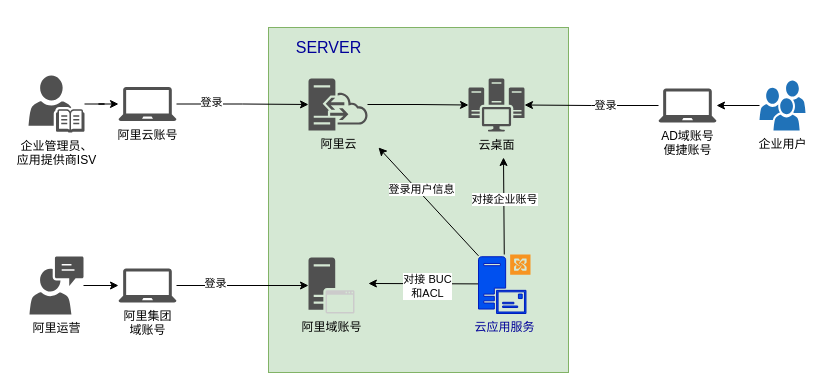
Before: login/appacounts.drawio in chenkangzeng/appstreaming, a draw.io diagram. Source tidied: cells renumbered, new cells numbered last; positions are measured from the earlier drawing's top-left corner, leaving out a move shared by most shapes. Both pictures are drawn from the tidied source at 100%, with x=0, y=0 at pixel (28, 27).
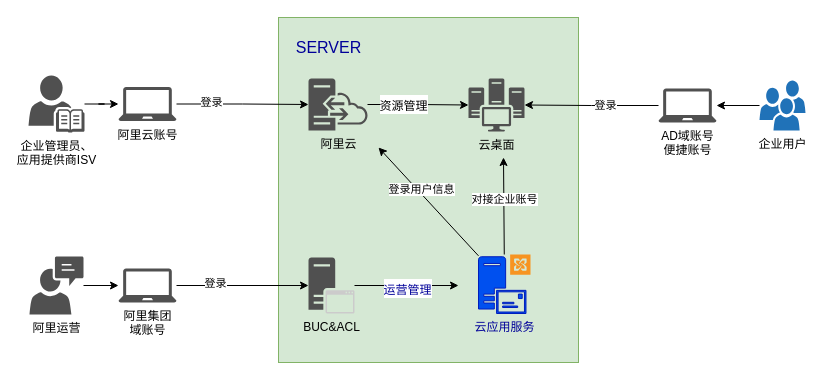
The same diagram, later.

The change refers to these unchanged cells:
```xml
<mxCell id="11" style="edgeStyle=orthogonalEdgeStyle;rounded=0;jettySize=auto;html=1;" parent="1" edge="1" source="12" target="27">
  <mxGeometry relative="1" as="geometry" />
</mxCell>
<mxCell id="19" value="云应用服务" style="shadow=0;dashed=0;html=1;strokeColor=#001DBC;fillColor=#0050ef;labelPosition=center;verticalLabelPosition=bottom;verticalAlign=top;outlineConnect=0;align=center;shape=mxgraph.office.servers.exchange_hub_transport_server_role;fontColor=#000099;" parent="1" vertex="1">
  <mxGeometry x="450" y="227" width="52" height="59" as="geometry" />
</mxCell>
```

Change to the diagram source:
```diff
@@
     <mxCell id="2" style="rounded=0;whiteSpace=wrap;html=1;fillColor=#d5e8d4;strokeColor=#82b366;" parent="1" vertex="1">
-      <mxGeometry x="240" width="300" height="345" as="geometry" />
+      <mxGeometry x="250" y="-10" width="300" height="345" as="geometry" />
     </mxCell>
@@
+    <mxCell id="30" value="&lt;font color=&quot;#000000&quot; style=&quot;font-size: 12px&quot;&gt;资源管理&lt;/font&gt;" style="edgeLabel;html=1;align=center;verticalAlign=middle;fontSize=16;fontColor=#000099;" parent="11" vertex="1">
+      <mxGeometry x="-0.31" y="1" relative="1" as="geometry" />
+    </mxCell>
@@
-    <mxCell id="17" style="edgeStyle=none;rounded=0;jettySize=auto;html=1;entryX=0.333;entryY=0.742;entryDx=0;entryDy=0;entryPerimeter=0;" parent="1" edge="1" source="19" target="2">
-      <mxGeometry relative="1" as="geometry" />
-    </mxCell>
-    <mxCell id="18" value="对接 BUC&lt;br&gt;和ACL" style="edgeLabel;html=1;align=center;verticalAlign=middle;" parent="17" vertex="1">
-      <mxGeometry x="-0.07" y="2" relative="1" as="geometry" />
-    </mxCell>
@@
+    <mxCell id="31" style="edgeStyle=orthogonalEdgeStyle;rounded=0;jettySize=auto;html=1;fontSize=16;fontColor=#000099;" parent="1" edge="1" source="28">
+      <mxGeometry relative="1" as="geometry">
+        <mxPoint x="430" y="258" as="targetPoint" />
+      </mxGeometry>
+    </mxCell>
+    <mxCell id="32" value="&lt;font style=&quot;font-size: 12px&quot;&gt;运营管理&lt;/font&gt;" style="edgeLabel;html=1;align=center;verticalAlign=middle;fontSize=16;fontColor=#000099;" parent="31" vertex="1">
+      <mxGeometry x="0.02" y="-2" relative="1" as="geometry" />
+    </mxCell>
-    <mxCell id="28" value="阿里域账号" style="shadow=0;dashed=0;html=1;strokeColor=none;fillColor=#505050;labelPosition=center;verticalLabelPosition=bottom;verticalAlign=top;outlineConnect=0;align=center;shape=mxgraph.office.servers.application_server_ghosted;" parent="1" vertex="1">
+    <mxCell id="28" value="BUC&amp;amp;ACL" style="shadow=0;dashed=0;html=1;strokeColor=none;fillColor=#505050;labelPosition=center;verticalLabelPosition=bottom;verticalAlign=top;outlineConnect=0;align=center;shape=mxgraph.office.servers.application_server_ghosted;" parent="1" vertex="1">
       <mxGeometry x="280" y="230" width="46" height="56" as="geometry" />
     </mxCell>
```
